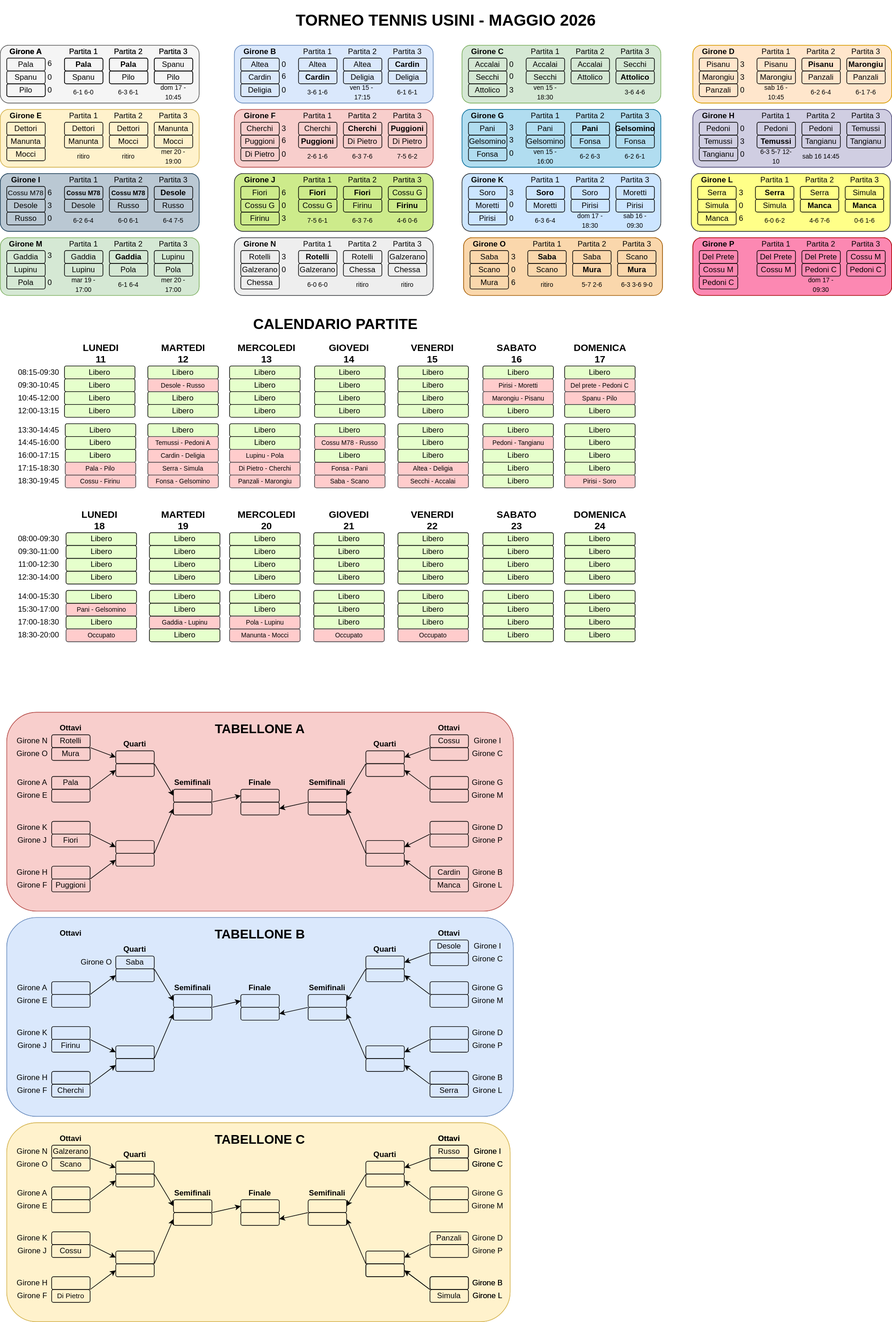
This is torneo-tennis-2026/tabellone.drawio.svg from cscalaresu/tornei, a draw.io export, as it was before one commit. Source tidied: cells renumbered, new cells last; positions are measured from the earlier drawing's top-left corner, leaving out a move shared by most shapes.
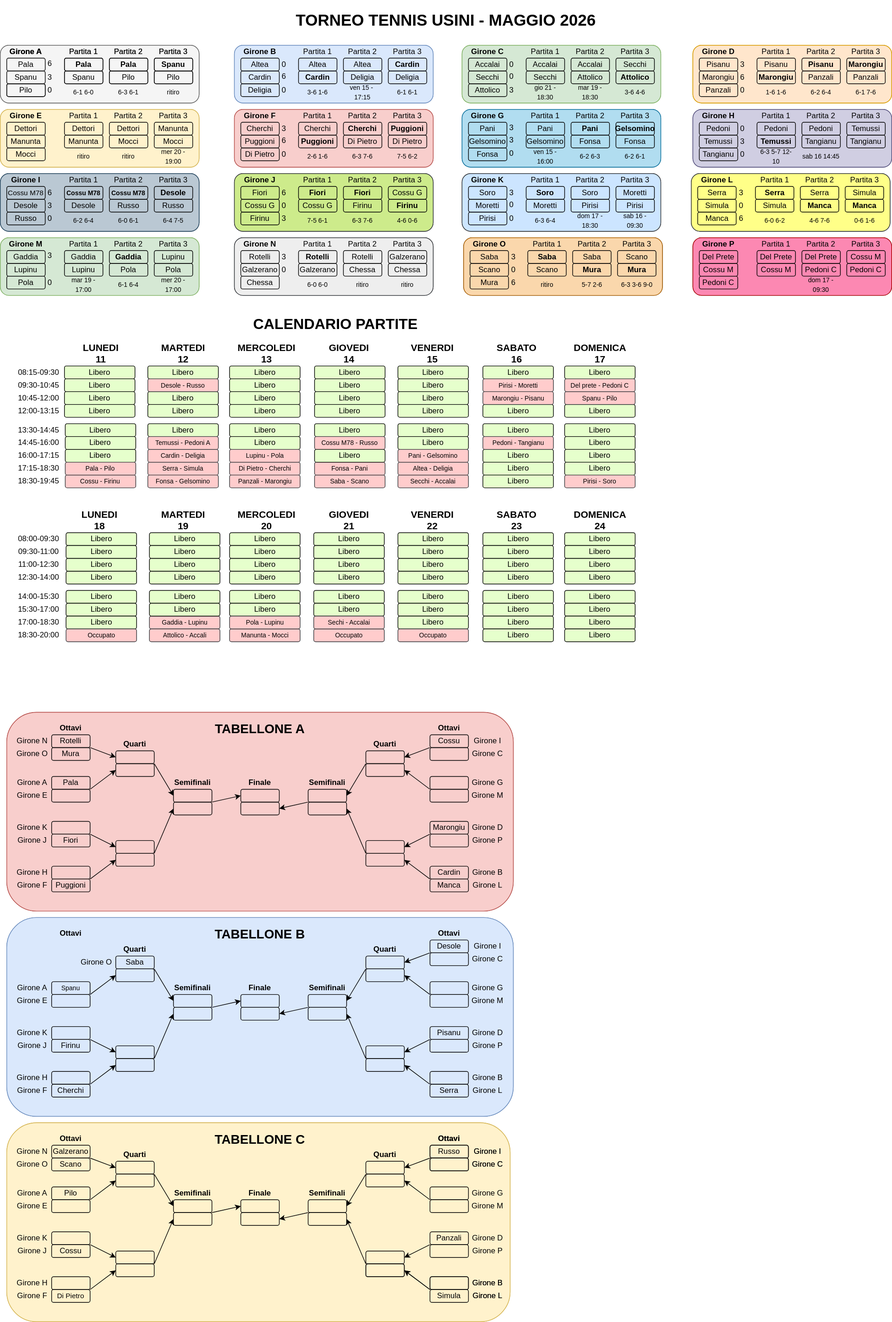
After the commit.

Change to the diagram source:
```diff
@@ -632,7 +632,7 @@
     <mxCell id="211" value="Secchi" style="rounded=1;whiteSpace=wrap;html=1;fillColor=none;" parent="1" vertex="1">
       <mxGeometry x="960" y="90" width="60" height="20" as="geometry" />
     </mxCell>
-    <mxCell id="212" value="Marongiu" style="rounded=1;whiteSpace=wrap;html=1;fillColor=none;" parent="1" vertex="1">
+    <mxCell id="212" value="Marongiu" style="rounded=1;whiteSpace=wrap;html=1;fillColor=none;fontStyle=1;" parent="1" vertex="1">
       <mxGeometry x="1180" y="110" width="60" height="20" as="geometry" />
     </mxCell>
     <mxCell id="213" value="Marongiu" style="rounded=1;whiteSpace=wrap;html=1;fillColor=none;fontStyle=1;" parent="1" vertex="1">
@@ -1591,7 +1591,7 @@
     <mxCell id="528" style="rounded=1;whiteSpace=wrap;html=1;fillColor=none;fontStyle=1;" parent="1" vertex="1">
       <mxGeometry x="670" y="1230" width="60" height="20" as="geometry" />
     </mxCell>
-    <mxCell id="529" style="rounded=1;whiteSpace=wrap;html=1;fillColor=none;fontStyle=1;" parent="1" vertex="1">
+    <mxCell id="529" value="&lt;span style=&quot;font-weight: normal;&quot;&gt;Marongiu&lt;/span&gt;" style="rounded=1;whiteSpace=wrap;html=1;fillColor=none;fontStyle=1;" parent="1" vertex="1">
       <mxGeometry x="670" y="1280" width="60" height="20" as="geometry" />
     </mxCell>
     <mxCell id="530" value="&lt;font style=&quot;font-size: 12px;&quot;&gt;&lt;br&gt;&lt;/font&gt;" style="rounded=1;whiteSpace=wrap;html=1;fillColor=none;fontStyle=1;" parent="1" vertex="1">
@@ -1642,7 +1642,7 @@
     <mxCell id="545" value="Girone O" style="text;html=1;align=center;verticalAlign=middle;whiteSpace=wrap;rounded=0;" parent="1" vertex="1">
       <mxGeometry x="120" y="1485" width="60" height="30" as="geometry" />
     </mxCell>
-    <mxCell id="546" value="&lt;font style=&quot;font-size: 10px;&quot;&gt;&lt;br&gt;&lt;/font&gt;" style="rounded=1;whiteSpace=wrap;html=1;fillColor=none;" parent="1" vertex="1">
+    <mxCell id="546" value="&lt;font style=&quot;font-size: 10px;&quot;&gt;Spanu&lt;/font&gt;" style="rounded=1;whiteSpace=wrap;html=1;fillColor=none;" parent="1" vertex="1">
       <mxGeometry x="80" y="1530" width="60" height="20" as="geometry" />
     </mxCell>
     <mxCell id="547" style="rounded=1;whiteSpace=wrap;html=1;fillColor=none;" parent="1" vertex="1">
@@ -1788,7 +1788,7 @@
     <mxCell id="593" style="rounded=1;whiteSpace=wrap;html=1;fillColor=none;" parent="1" vertex="1">
       <mxGeometry x="670" y="1550" width="60" height="20" as="geometry" />
     </mxCell>
-    <mxCell id="594" style="rounded=1;whiteSpace=wrap;html=1;fillColor=none;fontStyle=1;" parent="1" vertex="1">
+    <mxCell id="594" value="&lt;span style=&quot;font-weight: normal;&quot;&gt;Pisanu&lt;/span&gt;" style="rounded=1;whiteSpace=wrap;html=1;fillColor=none;fontStyle=1;" parent="1" vertex="1">
       <mxGeometry x="670" y="1600" width="60" height="20" as="geometry" />
     </mxCell>
     <mxCell id="595" style="rounded=1;whiteSpace=wrap;html=1;fillColor=none;fontStyle=1;" parent="1" vertex="1">
@@ -1845,7 +1845,7 @@
     <mxCell id="612" value="Girone N" style="text;html=1;align=center;verticalAlign=middle;whiteSpace=wrap;rounded=0;" parent="1" vertex="1">
       <mxGeometry x="20" y="1780" width="60" height="30" as="geometry" />
     </mxCell>
-    <mxCell id="613" style="rounded=1;whiteSpace=wrap;html=1;fillColor=none;" parent="1" vertex="1">
+    <mxCell id="613" value="Pilo" style="rounded=1;whiteSpace=wrap;html=1;fillColor=none;" parent="1" vertex="1">
       <mxGeometry x="80" y="1850" width="60" height="20" as="geometry" />
     </mxCell>
     <mxCell id="614" style="rounded=1;whiteSpace=wrap;html=1;fillColor=none;" parent="1" vertex="1">
@@ -2084,7 +2084,7 @@
     <mxCell id="690" value="Spanu" style="rounded=1;whiteSpace=wrap;html=1;fillColor=none;" parent="1" vertex="1">
       <mxGeometry x="100" y="110" width="60" height="20" as="geometry" />
     </mxCell>
-    <mxCell id="691" value="Spanu" style="rounded=1;whiteSpace=wrap;html=1;fillColor=none;" parent="1" vertex="1">
+    <mxCell id="691" value="Spanu" style="rounded=1;whiteSpace=wrap;html=1;fillColor=none;fontStyle=1;" parent="1" vertex="1">
       <mxGeometry x="240" y="90" width="60" height="20" as="geometry" />
     </mxCell>
     <mxCell id="692" value="Pilo" style="rounded=1;whiteSpace=wrap;html=1;fillColor=none;" parent="1" vertex="1">
@@ -2327,7 +2327,7 @@
     <mxCell id="771" value="&lt;font style=&quot;font-size: 10px;&quot;&gt;6-2 6-3&lt;/font&gt;" style="text;html=1;whiteSpace=wrap;strokeColor=none;fillColor=none;align=center;verticalAlign=middle;rounded=0;" parent="1" vertex="1">
       <mxGeometry x="890" y="230" width="60" height="25" as="geometry" />
     </mxCell>
-    <mxCell id="772" value="&lt;font style=&quot;font-size: 10px;&quot;&gt;dom 17 - 10:45&lt;/font&gt;" style="text;html=1;whiteSpace=wrap;strokeColor=none;fillColor=none;align=center;verticalAlign=middle;rounded=0;" parent="1" vertex="1">
+    <mxCell id="772" value="&lt;font style=&quot;font-size: 10px;&quot;&gt;ritiro&lt;/font&gt;" style="text;html=1;whiteSpace=wrap;strokeColor=none;fillColor=none;align=center;verticalAlign=middle;rounded=0;" parent="1" vertex="1">
       <mxGeometry x="240" y="130" width="60" height="25" as="geometry" />
     </mxCell>
     <mxCell id="773" value="&lt;font style=&quot;font-size: 10px;&quot;&gt;Spanu - Pilo&lt;/font&gt;" style="rounded=1;whiteSpace=wrap;html=1;fillColor=#ffcccc;strokeColor=#36393d;" parent="1" vertex="1">
@@ -2390,13 +2390,13 @@
     <mxCell id="792" value="&lt;font style=&quot;font-size: 10px;&quot;&gt;Marongiu - Pisanu&lt;/font&gt;" style="rounded=1;whiteSpace=wrap;html=1;fillColor=#ffcccc;strokeColor=#36393d;" parent="1" vertex="1">
       <mxGeometry x="752.5" y="610" width="110" height="20" as="geometry" />
     </mxCell>
-    <mxCell id="793" value="&lt;font size=&quot;1&quot;&gt;sab 16 - 10:45&lt;/font&gt;" style="text;html=1;whiteSpace=wrap;strokeColor=none;fillColor=none;align=center;verticalAlign=middle;rounded=0;" parent="1" vertex="1">
+    <mxCell id="793" value="&lt;font size=&quot;1&quot;&gt;1-6 1-6&lt;/font&gt;" style="text;html=1;whiteSpace=wrap;strokeColor=none;fillColor=none;align=center;verticalAlign=middle;rounded=0;" parent="1" vertex="1">
       <mxGeometry x="1180" y="130" width="60" height="25" as="geometry" />
     </mxCell>
     <mxCell id="794" value="&lt;font style=&quot;font-size: 10px;&quot;&gt;Secchi - Accalai&lt;/font&gt;" style="rounded=1;whiteSpace=wrap;html=1;fillColor=#ffcccc;strokeColor=#36393d;" parent="1" vertex="1">
       <mxGeometry x="620" y="740" width="110" height="20" as="geometry" />
     </mxCell>
-    <mxCell id="795" value="&lt;font style=&quot;font-size: 10px;&quot;&gt;ven 15 - 18:30&lt;/font&gt;" style="text;html=1;whiteSpace=wrap;strokeColor=none;fillColor=none;align=center;verticalAlign=middle;rounded=0;" parent="1" vertex="1">
+    <mxCell id="795" value="&lt;font style=&quot;font-size: 10px;&quot;&gt;gio 21 - 18:30&lt;/font&gt;" style="text;html=1;whiteSpace=wrap;strokeColor=none;fillColor=none;align=center;verticalAlign=middle;rounded=0;" parent="1" vertex="1">
       <mxGeometry x="820" y="130" width="60" height="25" as="geometry" />
     </mxCell>
     <mxCell id="796" value="6" style="text;html=1;whiteSpace=wrap;strokeColor=none;fillColor=none;align=center;verticalAlign=middle;rounded=0;" parent="1" vertex="1">
@@ -2448,7 +2448,7 @@
       <mxGeometry x="100" y="430" width="60" height="25" as="geometry" />
     </mxCell>
     <mxCell id="812" value="&lt;font style=&quot;font-size: 10px;&quot;&gt;Pani - Gelsomino&lt;/font&gt;" style="rounded=1;whiteSpace=wrap;html=1;fillColor=#ffcccc;strokeColor=#36393d;" parent="1" vertex="1">
-      <mxGeometry x="102.5" y="940" width="110" height="20" as="geometry" />
+      <mxGeometry x="620" y="700" width="110" height="20" as="geometry" />
     </mxCell>
     <mxCell id="813" value="&lt;font style=&quot;font-size: 10px;&quot;&gt;ven 15 - 16:00&lt;/font&gt;" style="text;html=1;whiteSpace=wrap;strokeColor=none;fillColor=none;align=center;verticalAlign=middle;rounded=0;" parent="1" vertex="1">
       <mxGeometry x="820" y="230" width="60" height="25" as="geometry" />
@@ -2507,7 +2507,7 @@
     <mxCell id="831" value="6" style="text;html=1;whiteSpace=wrap;strokeColor=none;fillColor=none;align=center;verticalAlign=middle;rounded=0;" parent="1" vertex="1">
       <mxGeometry x="70" y="86.2" width="15" height="25" as="geometry" />
     </mxCell>
-    <mxCell id="832" value="0" style="text;html=1;whiteSpace=wrap;strokeColor=none;fillColor=none;align=center;verticalAlign=middle;rounded=0;" parent="1" vertex="1">
+    <mxCell id="832" value="3" style="text;html=1;whiteSpace=wrap;strokeColor=none;fillColor=none;align=center;verticalAlign=middle;rounded=0;" parent="1" vertex="1">
       <mxGeometry x="70" y="107.5" width="15" height="25" as="geometry" />
     </mxCell>
     <mxCell id="833" value="&lt;font style=&quot;font-size: 10px;&quot;&gt;Pirisi - Soro&lt;/font&gt;" style="rounded=1;whiteSpace=wrap;html=1;fillColor=#ffcccc;strokeColor=#36393d;" parent="1" vertex="1">
@@ -2547,7 +2547,7 @@
       <mxGeometry x="102.5" y="920" width="110" height="20" as="geometry" />
     </mxCell>
     <mxCell id="845" value="Libero" style="rounded=1;whiteSpace=wrap;html=1;fontStyle=0;fillColor=#E6FFCC;" parent="1" vertex="1">
-      <mxGeometry x="620" y="700" width="110" height="20" as="geometry" />
+      <mxGeometry x="102.5" y="940" width="110" height="20" as="geometry" />
     </mxCell>
     <mxCell id="846" value="Libero" style="rounded=1;whiteSpace=wrap;html=1;fillColor=#E6FFCC;" parent="1" vertex="1">
       <mxGeometry x="102.5" y="870" width="110" height="20" as="geometry" />
@@ -2612,9 +2612,6 @@
     <mxCell id="866" value="Libero" style="rounded=1;whiteSpace=wrap;html=1;fontStyle=0;fillColor=#E6FFCC;" parent="1" vertex="1">
       <mxGeometry x="488.8" y="850" width="110" height="20" as="geometry" />
     </mxCell>
-    <mxCell id="867" value="Libero" style="rounded=1;whiteSpace=wrap;html=1;fontStyle=0;fillColor=#E6FFCC;" parent="1" vertex="1">
-      <mxGeometry x="488.8" y="960" width="110" height="20" as="geometry" />
-    </mxCell>
     <mxCell id="868" value="Libero" style="rounded=1;whiteSpace=wrap;html=1;fontStyle=0;fillColor=#E6FFCC;" parent="1" vertex="1">
       <mxGeometry x="620" y="830" width="110" height="20" as="geometry" />
     </mxCell>
@@ -2702,10 +2699,7 @@
     <mxCell id="896" value="&lt;font style=&quot;font-size: 10px;&quot;&gt;ritiro&lt;/font&gt;" style="text;html=1;whiteSpace=wrap;strokeColor=none;fillColor=none;align=center;verticalAlign=middle;rounded=0;" parent="1" vertex="1">
       <mxGeometry x="100" y="230" width="60" height="25" as="geometry" />
     </mxCell>
-    <mxCell id="897" value="Libero" style="rounded=1;whiteSpace=wrap;html=1;fontStyle=0;fillColor=#E6FFCC;" parent="1" vertex="1">
-      <mxGeometry x="232.5" y="980" width="110" height="20" as="geometry" />
-    </mxCell>
-    <mxCell id="898" value="3" style="text;html=1;whiteSpace=wrap;strokeColor=none;fillColor=none;align=center;verticalAlign=middle;rounded=0;" parent="1" vertex="1">
+    <mxCell id="898" value="6" style="text;html=1;whiteSpace=wrap;strokeColor=none;fillColor=none;align=center;verticalAlign=middle;rounded=0;" parent="1" vertex="1">
       <mxGeometry x="1150" y="107.5" width="15" height="25" as="geometry" />
     </mxCell>
     <mxCell id="899" value="Libero" style="rounded=1;whiteSpace=wrap;html=1;fillColor=#E6FFCC;" parent="1" vertex="1">
@@ -2720,5 +2714,14 @@
     <mxCell id="902" value="0" style="text;html=1;whiteSpace=wrap;strokeColor=none;fillColor=none;align=center;verticalAlign=middle;rounded=0;" parent="1" vertex="1">
       <mxGeometry x="792.5" y="407.5" width="15" height="25" as="geometry" />
     </mxCell>
+    <mxCell id="903" value="&lt;font style=&quot;font-size: 10px;&quot;&gt;Attolico - Accali&lt;/font&gt;" style="rounded=1;whiteSpace=wrap;html=1;fillColor=#ffcccc;strokeColor=#36393d;" parent="1" vertex="1">
+      <mxGeometry x="232.5" y="980" width="110" height="20" as="geometry" />
+    </mxCell>
+    <mxCell id="904" value="&lt;font style=&quot;font-size: 10px;&quot;&gt;Sechi - Accalai&lt;/font&gt;" style="rounded=1;whiteSpace=wrap;html=1;fillColor=#ffcccc;strokeColor=#36393d;" parent="1" vertex="1">
+      <mxGeometry x="488.8" y="960" width="110" height="20" as="geometry" />
+    </mxCell>
+    <mxCell id="905" value="&lt;font style=&quot;font-size: 10px;&quot;&gt;mar 19 - 18:30&lt;/font&gt;" style="text;html=1;whiteSpace=wrap;strokeColor=none;fillColor=none;align=center;verticalAlign=middle;rounded=0;" parent="1" vertex="1">
+      <mxGeometry x="890" y="130" width="60" height="25" as="geometry" />
+    </mxCell>
   </root>
 </mxGraphModel>
```
